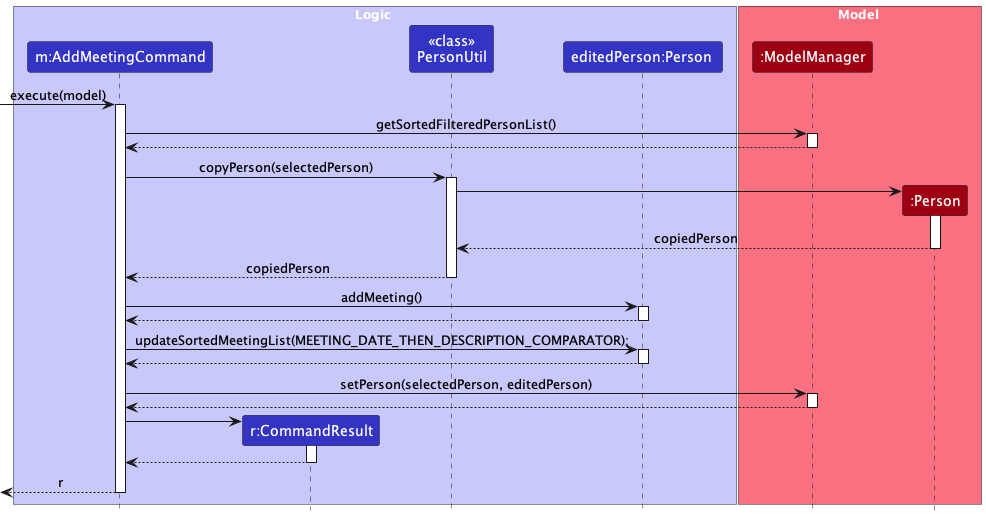
Above: docs/images/AddMeetingSequenceDiagram.png in whitesnowx/tp (PlantUML), before the change.
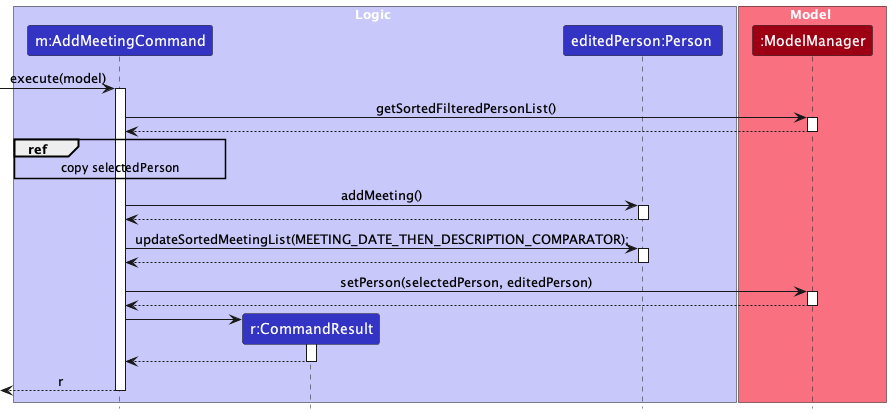
Later version of the same file.

Commit message:
Split copy person as refrence in the diagrams

Diff of the diagram source:
```diff
@@ -5,13 +5,11 @@
 box Logic LOGIC_COLOR_T1
 participant "m:AddMeetingCommand" as AddMeetingCommand LOGIC_COLOR
 participant "r:CommandResult" as CommandResult LOGIC_COLOR
-participant "<<class>>\nPersonUtil" as PersonUtil LOGIC_COLOR
 participant "editedPerson:Person " as editedPerson LOGIC_COLOR
 end box
 
 box Model MODEL_COLOR_T1
 participant ":ModelManager" as Model MODEL_COLOR
-participant ":Person" as Person MODEL_COLOR
 end box
 
 
@@ -22,15 +20,7 @@
 activate Model
 return
 
-
-AddMeetingCommand -> PersonUtil : copyPerson(selectedPerson)
-activate PersonUtil
-
-create Person
-PersonUtil -> Person++
-return copiedPerson
-
-return copiedPerson
+ref over AddMeetingCommand : copy selectedPerson
 
 AddMeetingCommand -> editedPerson : addMeeting()
 activate editedPerson
```
